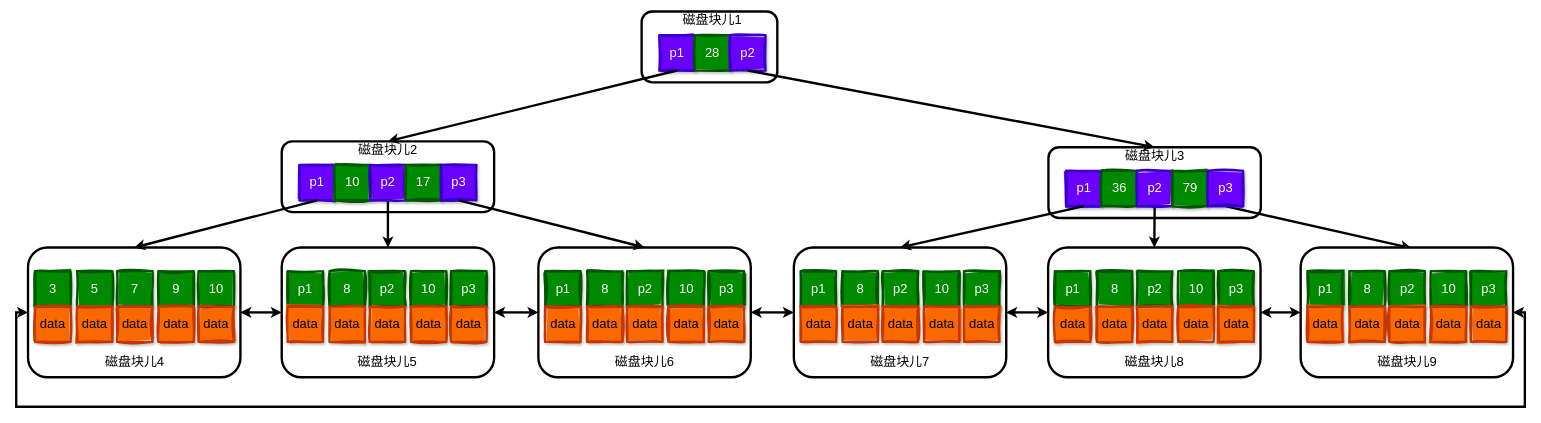
AlpacaMe/Draft keeps this draw.io diagram as 流程图/Untitled Diagram.drawio. Above is the earlier version. Source tidied: cells renumbered, new cells numbered last; positions are measured from the earlier drawing's top-left corner, leaving out a move shared by most shapes. Both pictures are drawn from the tidied source at 59%, with x=0, y=0 at pixel (16, 11).
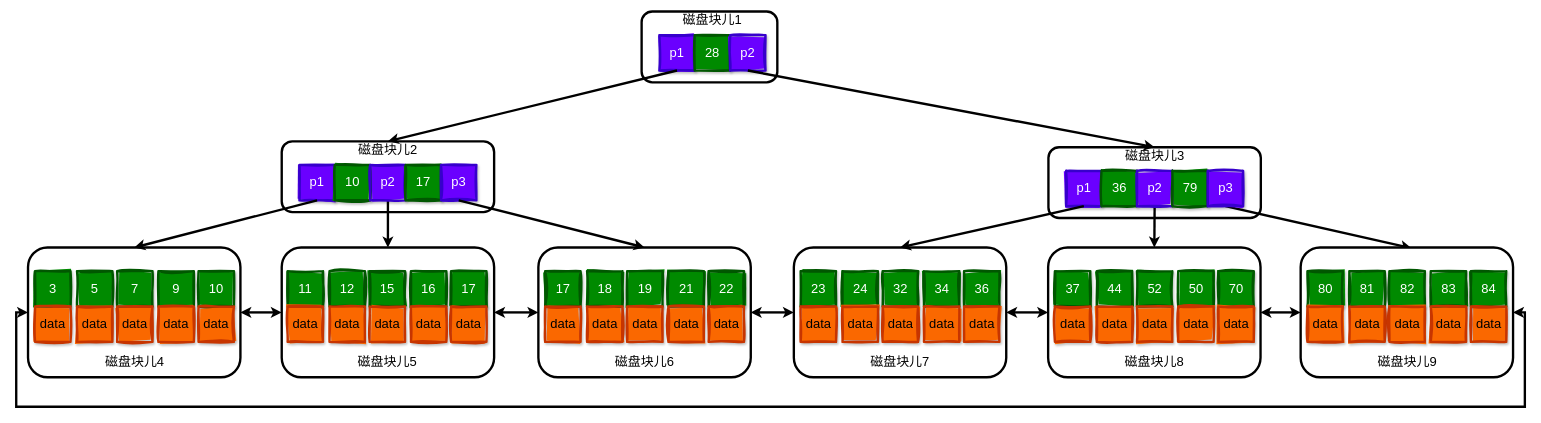
The same page after the edit.

Diff of the diagram source:
```diff
@@
-    <mxCell id="49" value="p1" style="rounded=0;whiteSpace=wrap;html=1;sketch=1;curveFitting=1;jiggle=2;glass=0;shadow=1;fontSize=22;fillColor=#008a00;fontColor=#ffffff;strokeColor=#005700;fillStyle=solid;strokeWidth=4;" parent="1" vertex="1">
+    <mxCell id="49" value="11" style="rounded=0;whiteSpace=wrap;html=1;sketch=1;curveFitting=1;jiggle=2;glass=0;shadow=1;fontSize=22;fillColor=#008a00;fontColor=#ffffff;strokeColor=#005700;fillStyle=solid;strokeWidth=4;" parent="1" vertex="1">
       <mxGeometry x="460" y="440" width="60" height="60" as="geometry" />
     </mxCell>
-    <mxCell id="50" value="8" style="rounded=0;whiteSpace=wrap;html=1;sketch=1;curveFitting=1;jiggle=2;glass=0;shadow=1;fontSize=22;fillColor=#008a00;strokeColor=#005700;fillStyle=solid;fontColor=#ffffff;strokeWidth=4;" parent="1" vertex="1">
+    <mxCell id="50" value="12" style="rounded=0;whiteSpace=wrap;html=1;sketch=1;curveFitting=1;jiggle=2;glass=0;shadow=1;fontSize=22;fillColor=#008a00;strokeColor=#005700;fillStyle=solid;fontColor=#ffffff;strokeWidth=4;" parent="1" vertex="1">
       <mxGeometry x="531" y="440" width="60" height="60" as="geometry" />
     </mxCell>
-    <mxCell id="51" value="p2" style="rounded=0;whiteSpace=wrap;html=1;sketch=1;curveFitting=1;jiggle=2;glass=0;shadow=1;fontSize=22;fillColor=#008a00;fontColor=#ffffff;strokeColor=#005700;fillStyle=solid;strokeWidth=4;" parent="1" vertex="1">
+    <mxCell id="51" value="15" style="rounded=0;whiteSpace=wrap;html=1;sketch=1;curveFitting=1;jiggle=2;glass=0;shadow=1;fontSize=22;fillColor=#008a00;fontColor=#ffffff;strokeColor=#005700;fillStyle=solid;strokeWidth=4;" parent="1" vertex="1">
       <mxGeometry x="599" y="440" width="60" height="60" as="geometry" />
     </mxCell>
-    <mxCell id="52" value="10" style="rounded=0;whiteSpace=wrap;html=1;sketch=1;curveFitting=1;jiggle=2;glass=0;shadow=1;fontSize=22;fillStyle=solid;fillColor=#008a00;strokeColor=#005700;fontColor=#ffffff;strokeWidth=4;" parent="1" vertex="1">
+    <mxCell id="52" value="16" style="rounded=0;whiteSpace=wrap;html=1;sketch=1;curveFitting=1;jiggle=2;glass=0;shadow=1;fontSize=22;fillStyle=solid;fillColor=#008a00;strokeColor=#005700;fontColor=#ffffff;strokeWidth=4;" parent="1" vertex="1">
       <mxGeometry x="669" y="440" width="60" height="60" as="geometry" />
     </mxCell>
-    <mxCell id="53" value="p3" style="rounded=0;whiteSpace=wrap;html=1;sketch=1;curveFitting=1;jiggle=2;glass=0;shadow=1;fontSize=22;fillColor=#008a00;fontColor=#ffffff;strokeColor=#005700;fillStyle=solid;strokeWidth=4;" parent="1" vertex="1">
+    <mxCell id="53" value="17" style="rounded=0;whiteSpace=wrap;html=1;sketch=1;curveFitting=1;jiggle=2;glass=0;shadow=1;fontSize=22;fillColor=#008a00;fontColor=#ffffff;strokeColor=#005700;fillStyle=solid;strokeWidth=4;" parent="1" vertex="1">
       <mxGeometry x="737" y="440" width="60" height="60" as="geometry" />
     </mxCell>
@@
-    <mxCell id="59" value="p1" style="rounded=0;whiteSpace=wrap;html=1;sketch=1;curveFitting=1;jiggle=2;glass=0;shadow=1;fontSize=22;fillColor=#008a00;fontColor=#ffffff;strokeColor=#005700;fillStyle=solid;strokeWidth=4;" parent="1" vertex="1">
+    <mxCell id="59" value="17" style="rounded=0;whiteSpace=wrap;html=1;sketch=1;curveFitting=1;jiggle=2;glass=0;shadow=1;fontSize=22;fillColor=#008a00;fontColor=#ffffff;strokeColor=#005700;fillStyle=solid;strokeWidth=4;" parent="1" vertex="1">
       <mxGeometry x="896.5" y="440" width="60" height="60" as="geometry" />
     </mxCell>
-    <mxCell id="60" value="8" style="rounded=0;whiteSpace=wrap;html=1;sketch=1;curveFitting=1;jiggle=2;glass=0;shadow=1;fontSize=22;fillColor=#008a00;strokeColor=#005700;fillStyle=solid;fontColor=#ffffff;strokeWidth=4;" parent="1" vertex="1">
+    <mxCell id="60" value="18" style="rounded=0;whiteSpace=wrap;html=1;sketch=1;curveFitting=1;jiggle=2;glass=0;shadow=1;fontSize=22;fillColor=#008a00;strokeColor=#005700;fillStyle=solid;fontColor=#ffffff;strokeWidth=4;" parent="1" vertex="1">
       <mxGeometry x="967.5" y="440" width="60" height="60" as="geometry" />
     </mxCell>
-    <mxCell id="61" value="p2" style="rounded=0;whiteSpace=wrap;html=1;sketch=1;curveFitting=1;jiggle=2;glass=0;shadow=1;fontSize=22;fillColor=#008a00;fontColor=#ffffff;strokeColor=#005700;fillStyle=solid;strokeWidth=4;" parent="1" vertex="1">
+    <mxCell id="61" value="19" style="rounded=0;whiteSpace=wrap;html=1;sketch=1;curveFitting=1;jiggle=2;glass=0;shadow=1;fontSize=22;fillColor=#008a00;fontColor=#ffffff;strokeColor=#005700;fillStyle=solid;strokeWidth=4;" parent="1" vertex="1">
       <mxGeometry x="1035.5" y="440" width="60" height="60" as="geometry" />
     </mxCell>
-    <mxCell id="62" value="10" style="rounded=0;whiteSpace=wrap;html=1;sketch=1;curveFitting=1;jiggle=2;glass=0;shadow=1;fontSize=22;fillStyle=solid;fillColor=#008a00;strokeColor=#005700;fontColor=#ffffff;strokeWidth=4;" parent="1" vertex="1">
+    <mxCell id="62" value="21" style="rounded=0;whiteSpace=wrap;html=1;sketch=1;curveFitting=1;jiggle=2;glass=0;shadow=1;fontSize=22;fillStyle=solid;fillColor=#008a00;strokeColor=#005700;fontColor=#ffffff;strokeWidth=4;" parent="1" vertex="1">
       <mxGeometry x="1105.5" y="440" width="60" height="60" as="geometry" />
     </mxCell>
-    <mxCell id="63" value="p3" style="rounded=0;whiteSpace=wrap;html=1;sketch=1;curveFitting=1;jiggle=2;glass=0;shadow=1;fontSize=22;fillColor=#008a00;fontColor=#ffffff;strokeColor=#005700;fillStyle=solid;strokeWidth=4;" parent="1" vertex="1">
+    <mxCell id="63" value="22" style="rounded=0;whiteSpace=wrap;html=1;sketch=1;curveFitting=1;jiggle=2;glass=0;shadow=1;fontSize=22;fillColor=#008a00;fontColor=#ffffff;strokeColor=#005700;fillStyle=solid;strokeWidth=4;" parent="1" vertex="1">
       <mxGeometry x="1173.5" y="440" width="60" height="60" as="geometry" />
     </mxCell>
@@
-    <mxCell id="69" value="p1" style="rounded=0;whiteSpace=wrap;html=1;sketch=1;curveFitting=1;jiggle=2;glass=0;shadow=1;fontSize=22;fillColor=#008a00;fontColor=#ffffff;strokeColor=#005700;fillStyle=solid;strokeWidth=4;" parent="1" vertex="1">
+    <mxCell id="69" value="23" style="rounded=0;whiteSpace=wrap;html=1;sketch=1;curveFitting=1;jiggle=2;glass=0;shadow=1;fontSize=22;fillColor=#008a00;fontColor=#ffffff;strokeColor=#005700;fillStyle=solid;strokeWidth=4;" parent="1" vertex="1">
       <mxGeometry x="1329.5" y="440" width="60" height="60" as="geometry" />
     </mxCell>
-    <mxCell id="70" value="8" style="rounded=0;whiteSpace=wrap;html=1;sketch=1;curveFitting=1;jiggle=2;glass=0;shadow=1;fontSize=22;fillColor=#008a00;strokeColor=#005700;fillStyle=solid;fontColor=#ffffff;strokeWidth=4;" parent="1" vertex="1">
+    <mxCell id="70" value="24" style="rounded=0;whiteSpace=wrap;html=1;sketch=1;curveFitting=1;jiggle=2;glass=0;shadow=1;fontSize=22;fillColor=#008a00;strokeColor=#005700;fillStyle=solid;fontColor=#ffffff;strokeWidth=4;" parent="1" vertex="1">
       <mxGeometry x="1400.5" y="440" width="60" height="60" as="geometry" />
     </mxCell>
-    <mxCell id="71" value="p2" style="rounded=0;whiteSpace=wrap;html=1;sketch=1;curveFitting=1;jiggle=2;glass=0;shadow=1;fontSize=22;fillColor=#008a00;fontColor=#ffffff;strokeColor=#005700;fillStyle=solid;strokeWidth=4;" parent="1" vertex="1">
+    <mxCell id="71" value="32" style="rounded=0;whiteSpace=wrap;html=1;sketch=1;curveFitting=1;jiggle=2;glass=0;shadow=1;fontSize=22;fillColor=#008a00;fontColor=#ffffff;strokeColor=#005700;fillStyle=solid;strokeWidth=4;" parent="1" vertex="1">
       <mxGeometry x="1468.5" y="440" width="60" height="60" as="geometry" />
     </mxCell>
-    <mxCell id="72" value="10" style="rounded=0;whiteSpace=wrap;html=1;sketch=1;curveFitting=1;jiggle=2;glass=0;shadow=1;fontSize=22;fillStyle=solid;fillColor=#008a00;strokeColor=#005700;fontColor=#ffffff;strokeWidth=4;" parent="1" vertex="1">
+    <mxCell id="72" value="34" style="rounded=0;whiteSpace=wrap;html=1;sketch=1;curveFitting=1;jiggle=2;glass=0;shadow=1;fontSize=22;fillStyle=solid;fillColor=#008a00;strokeColor=#005700;fontColor=#ffffff;strokeWidth=4;" parent="1" vertex="1">
       <mxGeometry x="1538.5" y="440" width="60" height="60" as="geometry" />
     </mxCell>
-    <mxCell id="73" value="p3" style="rounded=0;whiteSpace=wrap;html=1;sketch=1;curveFitting=1;jiggle=2;glass=0;shadow=1;fontSize=22;fillColor=#008a00;fontColor=#ffffff;strokeColor=#005700;fillStyle=solid;strokeWidth=4;" parent="1" vertex="1">
+    <mxCell id="73" value="36" style="rounded=0;whiteSpace=wrap;html=1;sketch=1;curveFitting=1;jiggle=2;glass=0;shadow=1;fontSize=22;fillColor=#008a00;fontColor=#ffffff;strokeColor=#005700;fillStyle=solid;strokeWidth=4;" parent="1" vertex="1">
       <mxGeometry x="1606.5" y="440" width="60" height="60" as="geometry" />
     </mxCell>
@@
-    <mxCell id="79" value="p1" style="rounded=0;whiteSpace=wrap;html=1;sketch=1;curveFitting=1;jiggle=2;glass=0;shadow=1;fontSize=22;fillColor=#008a00;fontColor=#ffffff;strokeColor=#005700;fillStyle=solid;strokeWidth=4;" parent="1" vertex="1">
+    <mxCell id="79" value="37" style="rounded=0;whiteSpace=wrap;html=1;sketch=1;curveFitting=1;jiggle=2;glass=0;shadow=1;fontSize=22;fillColor=#008a00;fontColor=#ffffff;strokeColor=#005700;fillStyle=solid;strokeWidth=4;" parent="1" vertex="1">
       <mxGeometry x="1760.5" y="440" width="60" height="60" as="geometry" />
     </mxCell>
-    <mxCell id="80" value="8" style="rounded=0;whiteSpace=wrap;html=1;sketch=1;curveFitting=1;jiggle=2;glass=0;shadow=1;fontSize=22;fillColor=#008a00;strokeColor=#005700;fillStyle=solid;fontColor=#ffffff;strokeWidth=4;" parent="1" vertex="1">
+    <mxCell id="80" value="44" style="rounded=0;whiteSpace=wrap;html=1;sketch=1;curveFitting=1;jiggle=2;glass=0;shadow=1;fontSize=22;fillColor=#008a00;strokeColor=#005700;fillStyle=solid;fontColor=#ffffff;strokeWidth=4;" parent="1" vertex="1">
       <mxGeometry x="1831.5" y="440" width="60" height="60" as="geometry" />
     </mxCell>
-    <mxCell id="81" value="p2" style="rounded=0;whiteSpace=wrap;html=1;sketch=1;curveFitting=1;jiggle=2;glass=0;shadow=1;fontSize=22;fillColor=#008a00;fontColor=#ffffff;strokeColor=#005700;fillStyle=solid;strokeWidth=4;" parent="1" vertex="1">
+    <mxCell id="81" value="52" style="rounded=0;whiteSpace=wrap;html=1;sketch=1;curveFitting=1;jiggle=2;glass=0;shadow=1;fontSize=22;fillColor=#008a00;fontColor=#ffffff;strokeColor=#005700;fillStyle=solid;strokeWidth=4;" parent="1" vertex="1">
       <mxGeometry x="1899.5" y="440" width="60" height="60" as="geometry" />
     </mxCell>
-    <mxCell id="82" value="10" style="rounded=0;whiteSpace=wrap;html=1;sketch=1;curveFitting=1;jiggle=2;glass=0;shadow=1;fontSize=22;fillStyle=solid;fillColor=#008a00;strokeColor=#005700;fontColor=#ffffff;strokeWidth=4;" parent="1" vertex="1">
+    <mxCell id="82" value="50" style="rounded=0;whiteSpace=wrap;html=1;sketch=1;curveFitting=1;jiggle=2;glass=0;shadow=1;fontSize=22;fillStyle=solid;fillColor=#008a00;strokeColor=#005700;fontColor=#ffffff;strokeWidth=4;" parent="1" vertex="1">
       <mxGeometry x="1969.5" y="440" width="60" height="60" as="geometry" />
     </mxCell>
-    <mxCell id="83" value="p3" style="rounded=0;whiteSpace=wrap;html=1;sketch=1;curveFitting=1;jiggle=2;glass=0;shadow=1;fontSize=22;fillColor=#008a00;fontColor=#ffffff;strokeColor=#005700;fillStyle=solid;strokeWidth=4;" parent="1" vertex="1">
+    <mxCell id="83" value="70" style="rounded=0;whiteSpace=wrap;html=1;sketch=1;curveFitting=1;jiggle=2;glass=0;shadow=1;fontSize=22;fillColor=#008a00;fontColor=#ffffff;strokeColor=#005700;fillStyle=solid;strokeWidth=4;" parent="1" vertex="1">
       <mxGeometry x="2037.5" y="440" width="60" height="60" as="geometry" />
     </mxCell>
@@
-    <mxCell id="89" value="p1" style="rounded=0;whiteSpace=wrap;html=1;sketch=1;curveFitting=1;jiggle=2;glass=0;shadow=1;fontSize=22;fillColor=#008a00;fontColor=#ffffff;strokeColor=#005700;fillStyle=solid;strokeWidth=4;" parent="1" vertex="1">
+    <mxCell id="89" value="80" style="rounded=0;whiteSpace=wrap;html=1;sketch=1;curveFitting=1;jiggle=2;glass=0;shadow=1;fontSize=22;fillColor=#008a00;fontColor=#ffffff;strokeColor=#005700;fillStyle=solid;strokeWidth=4;" parent="1" vertex="1">
       <mxGeometry x="2188.5" y="440" width="60" height="60" as="geometry" />
     </mxCell>
-    <mxCell id="90" value="8" style="rounded=0;whiteSpace=wrap;html=1;sketch=1;curveFitting=1;jiggle=2;glass=0;shadow=1;fontSize=22;fillColor=#008a00;strokeColor=#005700;fillStyle=solid;fontColor=#ffffff;strokeWidth=4;" parent="1" vertex="1">
+    <mxCell id="90" value="81" style="rounded=0;whiteSpace=wrap;html=1;sketch=1;curveFitting=1;jiggle=2;glass=0;shadow=1;fontSize=22;fillColor=#008a00;strokeColor=#005700;fillStyle=solid;fontColor=#ffffff;strokeWidth=4;" parent="1" vertex="1">
       <mxGeometry x="2259.5" y="440" width="60" height="60" as="geometry" />
     </mxCell>
-    <mxCell id="91" value="p2" style="rounded=0;whiteSpace=wrap;html=1;sketch=1;curveFitting=1;jiggle=2;glass=0;shadow=1;fontSize=22;fillColor=#008a00;fontColor=#ffffff;strokeColor=#005700;fillStyle=solid;strokeWidth=4;" parent="1" vertex="1">
+    <mxCell id="91" value="82" style="rounded=0;whiteSpace=wrap;html=1;sketch=1;curveFitting=1;jiggle=2;glass=0;shadow=1;fontSize=22;fillColor=#008a00;fontColor=#ffffff;strokeColor=#005700;fillStyle=solid;strokeWidth=4;" parent="1" vertex="1">
       <mxGeometry x="2327.5" y="440" width="60" height="60" as="geometry" />
     </mxCell>
-    <mxCell id="92" value="10" style="rounded=0;whiteSpace=wrap;html=1;sketch=1;curveFitting=1;jiggle=2;glass=0;shadow=1;fontSize=22;fillStyle=solid;fillColor=#008a00;strokeColor=#005700;fontColor=#ffffff;strokeWidth=4;" parent="1" vertex="1">
+    <mxCell id="92" value="83" style="rounded=0;whiteSpace=wrap;html=1;sketch=1;curveFitting=1;jiggle=2;glass=0;shadow=1;fontSize=22;fillStyle=solid;fillColor=#008a00;strokeColor=#005700;fontColor=#ffffff;strokeWidth=4;" parent="1" vertex="1">
       <mxGeometry x="2397.5" y="440" width="60" height="60" as="geometry" />
     </mxCell>
-    <mxCell id="93" value="p3" style="rounded=0;whiteSpace=wrap;html=1;sketch=1;curveFitting=1;jiggle=2;glass=0;shadow=1;fontSize=22;fillColor=#008a00;fontColor=#ffffff;strokeColor=#005700;fillStyle=solid;strokeWidth=4;" parent="1" vertex="1">
+    <mxCell id="93" value="84" style="rounded=0;whiteSpace=wrap;html=1;sketch=1;curveFitting=1;jiggle=2;glass=0;shadow=1;fontSize=22;fillColor=#008a00;fontColor=#ffffff;strokeColor=#005700;fillStyle=solid;strokeWidth=4;" parent="1" vertex="1">
       <mxGeometry x="2465.5" y="440" width="60" height="60" as="geometry" />
     </mxCell>
```
